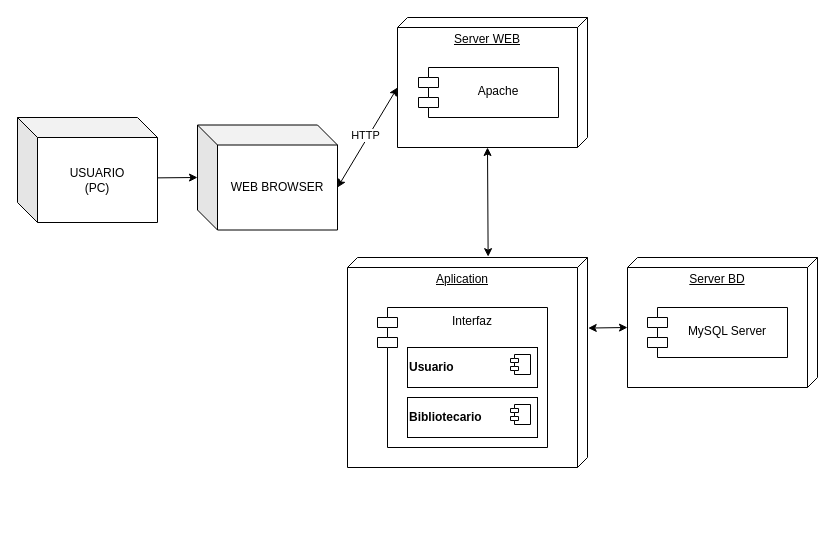
Above: Docs/Diagramas/Diagrama_despliegue.drawio in DoggerThe/SistemaBiblioteca (draw.io), before the change. Source tidied: cells renumbered, new cells numbered last; positions are measured from the earlier drawing's top-left corner, leaving out a move shared by most shapes. Both pictures are drawn from the tidied source at 100%, with x=0, y=0 at pixel (17, 17).
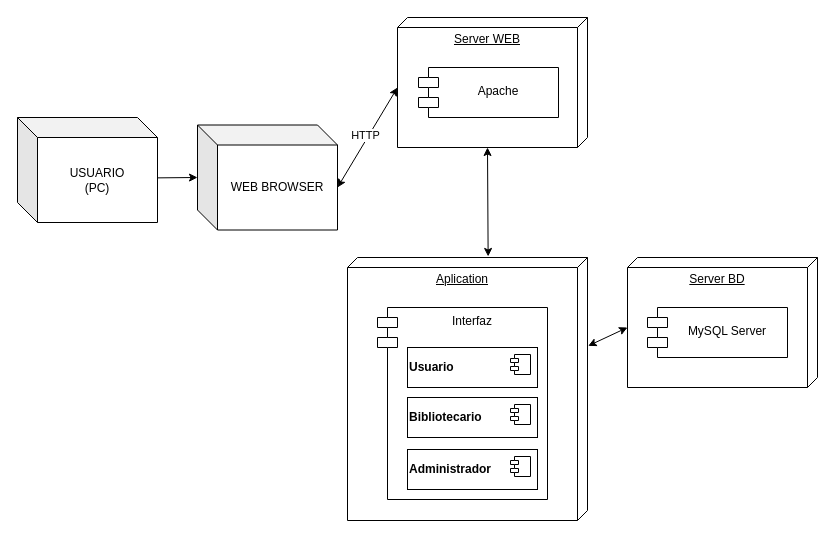
Above is the later version.

What changed in the source:
```diff
@@
     <mxCell id="9" value="Aplication" style="verticalAlign=top;align=center;spacingTop=8;spacingLeft=2;spacingRight=12;shape=cube;size=10;direction=south;fontStyle=4;html=1;whiteSpace=wrap;" parent="1" vertex="1">
-      <mxGeometry x="330" y="240" width="240" height="210" as="geometry" />
+      <mxGeometry x="330" y="240" width="240" height="263" as="geometry" />
     </mxCell>
@@
     <mxCell id="11" value="Interfaz" style="shape=module;align=center;spacingLeft=20;align=center;verticalAlign=top;whiteSpace=wrap;html=1;" parent="1" vertex="1">
-      <mxGeometry x="360" y="290" width="170" height="140" as="geometry" />
+      <mxGeometry x="360" y="290" width="170" height="192" as="geometry" />
     </mxCell>
@@
+    <mxCell id="20" value="&lt;b&gt;Administrador&lt;/b&gt;" style="html=1;whiteSpace=wrap;verticalAlign=middle;align=left;" parent="1" vertex="1">
+      <mxGeometry x="390" y="432" width="130" height="40" as="geometry" />
+    </mxCell>
+    <mxCell id="21" style="shape=module;jettyWidth=8;jettyHeight=4;" parent="20" vertex="1">
+      <mxGeometry x="1" width="20" height="20" relative="1" as="geometry">
+        <mxPoint x="-27" y="7" as="offset" />
+      </mxGeometry>
+    </mxCell>
```
